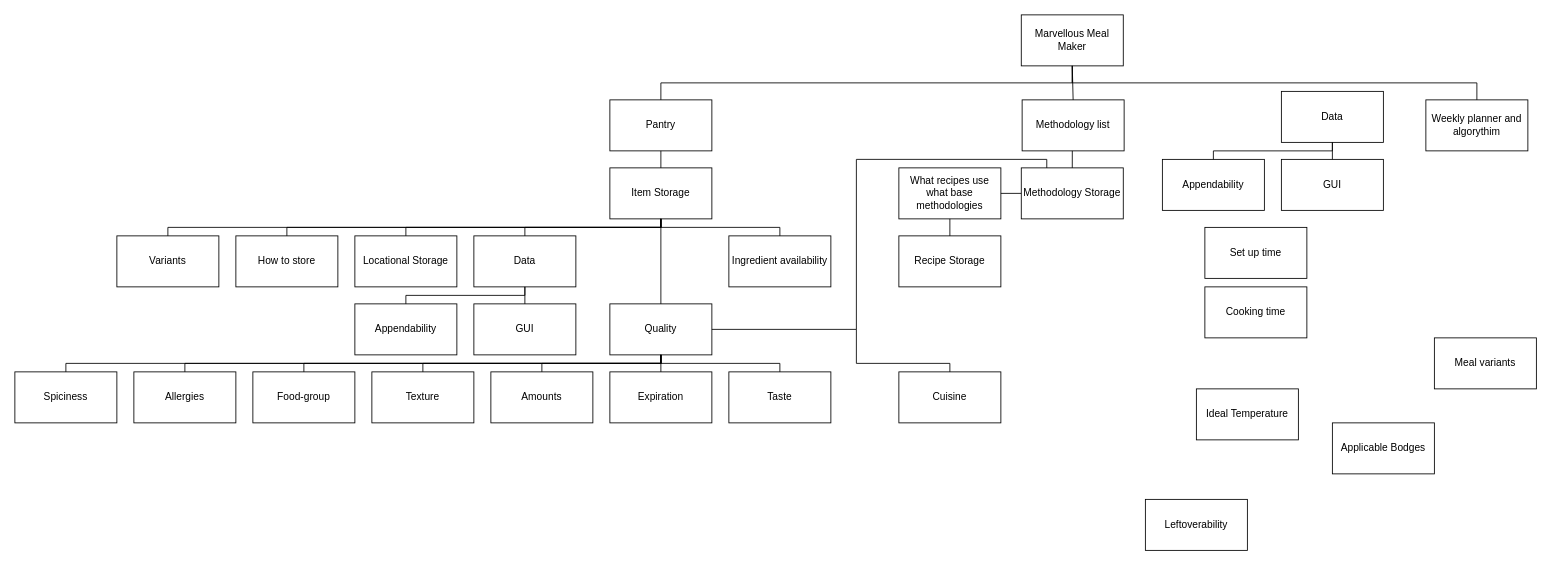
Earlier version of the draw.io diagram Marvellous Meal Maker.drawio (JessHorserage/Marvellous-Meal-Maker). Source tidied: cells renumbered, new cells numbered last; positions are measured from the earlier drawing's top-left corner, leaving out a move shared by most shapes. Both pictures are drawn from the tidied source at 85%, with x=0, y=0 at pixel (14, 14).
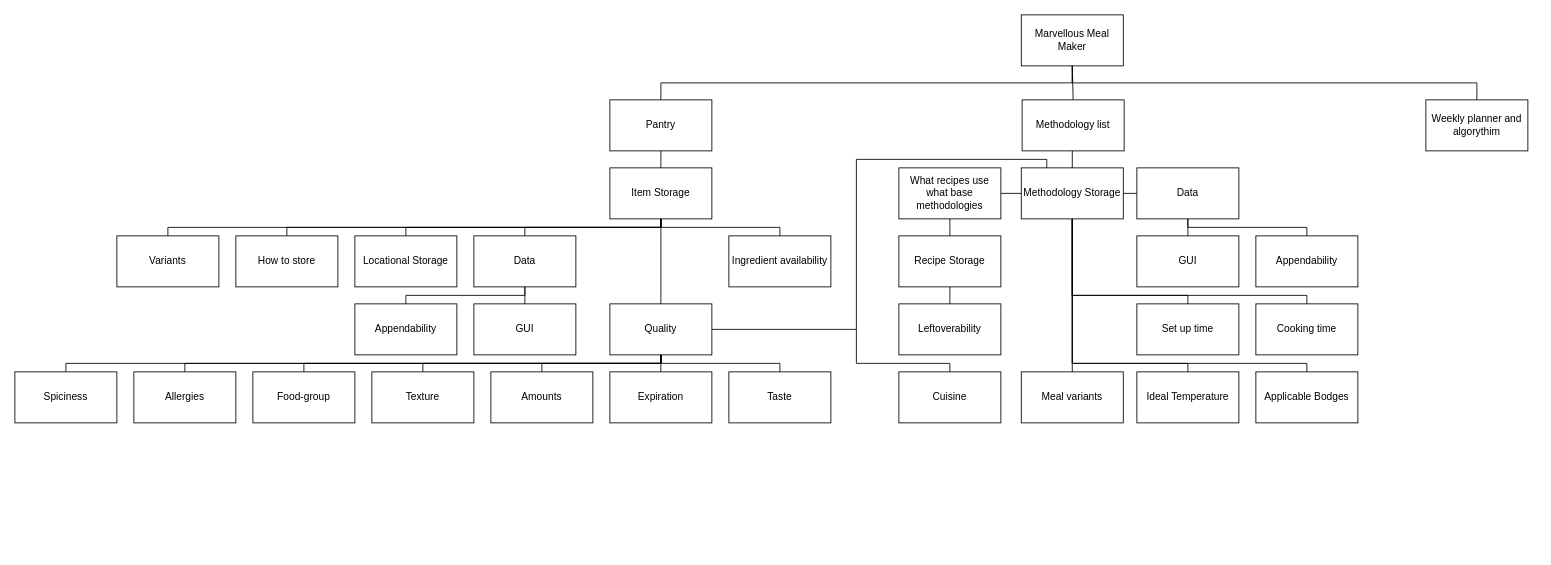
The same page after the edit.

Unchanged cells that the change refers to:
```xml
<mxCell id="41" value="Recipe Storage" style="rounded=0;whiteSpace=wrap;html=1;" parent="1" vertex="1">
  <mxGeometry x="1040" y="260" width="120" height="60" as="geometry" />
</mxCell>
<mxCell id="48" value="Methodology Storage" style="rounded=0;whiteSpace=wrap;html=1;" parent="1" vertex="1">
  <mxGeometry x="1184" y="180" width="120" height="60" as="geometry" />
</mxCell>
```

Change to the diagram source:
```diff
@@
     <mxCell id="40" value="Meal variants" style="rounded=0;whiteSpace=wrap;html=1;" parent="1" vertex="1">
-      <mxGeometry x="1670" y="380" width="120" height="60" as="geometry" />
+      <mxGeometry x="1184" y="420" width="120" height="60" as="geometry" />
     </mxCell>
@@
     <mxCell id="42" value="Cooking time" style="rounded=0;whiteSpace=wrap;html=1;" parent="1" vertex="1">
-      <mxGeometry x="1400" y="320" width="120" height="60" as="geometry" />
+      <mxGeometry x="1460" y="340" width="120" height="60" as="geometry" />
     </mxCell>
     <mxCell id="43" value="Ideal Temperature" style="rounded=0;whiteSpace=wrap;html=1;" parent="1" vertex="1">
-      <mxGeometry x="1390" y="440" width="120" height="60" as="geometry" />
+      <mxGeometry x="1320" y="420" width="120" height="60" as="geometry" />
     </mxCell>
     <mxCell id="44" value="Set up time" style="rounded=0;whiteSpace=wrap;html=1;" parent="1" vertex="1">
-      <mxGeometry x="1400" y="250" width="120" height="60" as="geometry" />
+      <mxGeometry x="1320" y="340" width="120" height="60" as="geometry" />
     </mxCell>
@@
     <mxCell id="47" value="Applicable Bodges" style="rounded=0;whiteSpace=wrap;html=1;" parent="1" vertex="1">
-      <mxGeometry x="1550" y="480" width="120" height="60" as="geometry" />
+      <mxGeometry x="1460" y="420" width="120" height="60" as="geometry" />
     </mxCell>
@@
     <mxCell id="49" value="Leftoverability" style="rounded=0;whiteSpace=wrap;html=1;" parent="1" vertex="1">
-      <mxGeometry x="1330" y="570" width="120" height="60" as="geometry" />
+      <mxGeometry x="1040" y="340" width="120" height="60" as="geometry" />
     </mxCell>
@@
     <mxCell id="56" value="Appendability" style="rounded=0;whiteSpace=wrap;html=1;" parent="1" vertex="1">
-      <mxGeometry x="1350" y="170" width="120" height="60" as="geometry" />
+      <mxGeometry x="1460" y="260" width="120" height="60" as="geometry" />
     </mxCell>
     <mxCell id="57" value="Data" style="rounded=0;whiteSpace=wrap;html=1;" parent="1" vertex="1">
-      <mxGeometry x="1490" y="90" width="120" height="60" as="geometry" />
+      <mxGeometry x="1320" y="180" width="120" height="60" as="geometry" />
     </mxCell>
     <mxCell id="58" value="GUI" style="rounded=0;whiteSpace=wrap;html=1;" parent="1" vertex="1">
-      <mxGeometry x="1490" y="170" width="120" height="60" as="geometry" />
+      <mxGeometry x="1320" y="260" width="120" height="60" as="geometry" />
     </mxCell>
+    <mxCell id="61" style="endArrow=none;html=1;rounded=0;entryX=0.5;entryY=1;entryDx=0;entryDy=0;exitX=0.5;exitY=0;exitDx=0;exitDy=0;" parent="1" edge="1" source="49" target="41">
+      <mxGeometry relative="1" as="geometry" />
+    </mxCell>
+    <mxCell id="62" style="endArrow=none;html=1;rounded=0;exitX=1;exitY=0.5;exitDx=0;exitDy=0;entryX=0;entryY=0.5;entryDx=0;entryDy=0;" parent="1" edge="1" source="48" target="57">
+      <mxGeometry relative="1" as="geometry" />
+    </mxCell>
@@
-    <mxCell id="60" style="endArrow=none;html=1;rounded=0;entryX=0.5;entryY=0;entryDx=0;entryDy=0;exitX=0.5;exitY=1;exitDx=0;exitDy=0;" parent="1" edge="1" source="57" target="56">
-      <mxGeometry relative="1" as="geometry">
-        <Array as="points">
-          <mxPoint x="1550" y="160" />
-          <mxPoint x="1410" y="160" />
-        </Array>
-      </mxGeometry>
-    </mxCell>
+    <mxCell id="63" style="endArrow=none;html=1;rounded=0;entryX=0.5;entryY=1;entryDx=0;entryDy=0;exitX=0.5;exitY=0;exitDx=0;exitDy=0;" parent="1" edge="1" source="56" target="57">
+      <mxGeometry relative="1" as="geometry">
+        <Array as="points">
+          <mxPoint x="1520" y="250" />
+          <mxPoint x="1380" y="250" />
+        </Array>
+      </mxGeometry>
+    </mxCell>
+    <mxCell id="64" style="endArrow=none;html=1;rounded=0;entryX=0.5;entryY=1;entryDx=0;entryDy=0;exitX=0.5;exitY=0;exitDx=0;exitDy=0;" parent="1" edge="1" source="42" target="48">
+      <mxGeometry relative="1" as="geometry">
+        <Array as="points">
+          <mxPoint x="1520" y="330" />
+          <mxPoint x="1244" y="330" />
+        </Array>
+      </mxGeometry>
+    </mxCell>
+    <mxCell id="65" style="endArrow=none;html=1;rounded=0;entryX=0.5;entryY=0;entryDx=0;entryDy=0;exitX=0.5;exitY=1;exitDx=0;exitDy=0;" parent="1" edge="1" source="48" target="44">
+      <mxGeometry relative="1" as="geometry">
+        <Array as="points">
+          <mxPoint x="1244" y="330" />
+          <mxPoint x="1380" y="330" />
+        </Array>
+      </mxGeometry>
+    </mxCell>
+    <mxCell id="66" style="endArrow=none;html=1;rounded=0;entryX=0.5;entryY=1;entryDx=0;entryDy=0;exitX=0.5;exitY=0;exitDx=0;exitDy=0;" parent="1" edge="1" source="40" target="48">
+      <mxGeometry relative="1" as="geometry" />
+    </mxCell>
+    <mxCell id="67" style="endArrow=none;html=1;rounded=0;entryX=0.5;entryY=1;entryDx=0;entryDy=0;" parent="1" edge="1" target="48">
+      <mxGeometry relative="1" as="geometry">
+        <mxPoint x="1520" y="420" as="sourcePoint" />
+        <Array as="points">
+          <mxPoint x="1520" y="410" />
+          <mxPoint x="1244" y="410" />
+        </Array>
+      </mxGeometry>
+    </mxCell>
+    <mxCell id="68" style="endArrow=none;html=1;rounded=0;entryX=0.5;entryY=0;entryDx=0;entryDy=0;exitX=0.5;exitY=1;exitDx=0;exitDy=0;" parent="1" edge="1" source="48" target="43">
+      <mxGeometry relative="1" as="geometry">
+        <Array as="points">
+          <mxPoint x="1244" y="410" />
+          <mxPoint x="1380" y="410" />
+        </Array>
+      </mxGeometry>
+    </mxCell>
```
